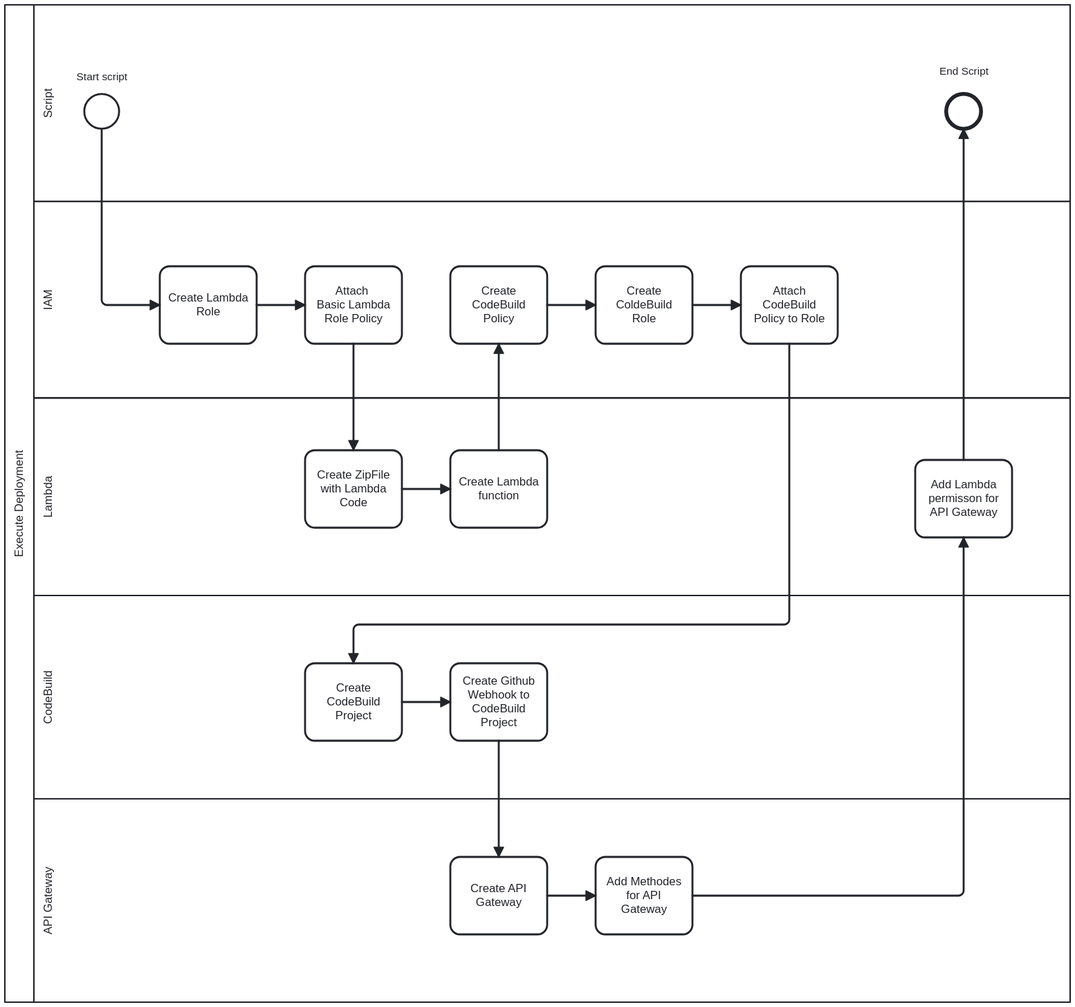
Earlier version of the BPMN export bpmn/Deployment.svg (blro-ep/ITCNE23-SEM-II). Its source is kept beside it as bpmn/Deployment.bpmn. Ids are renumbered.
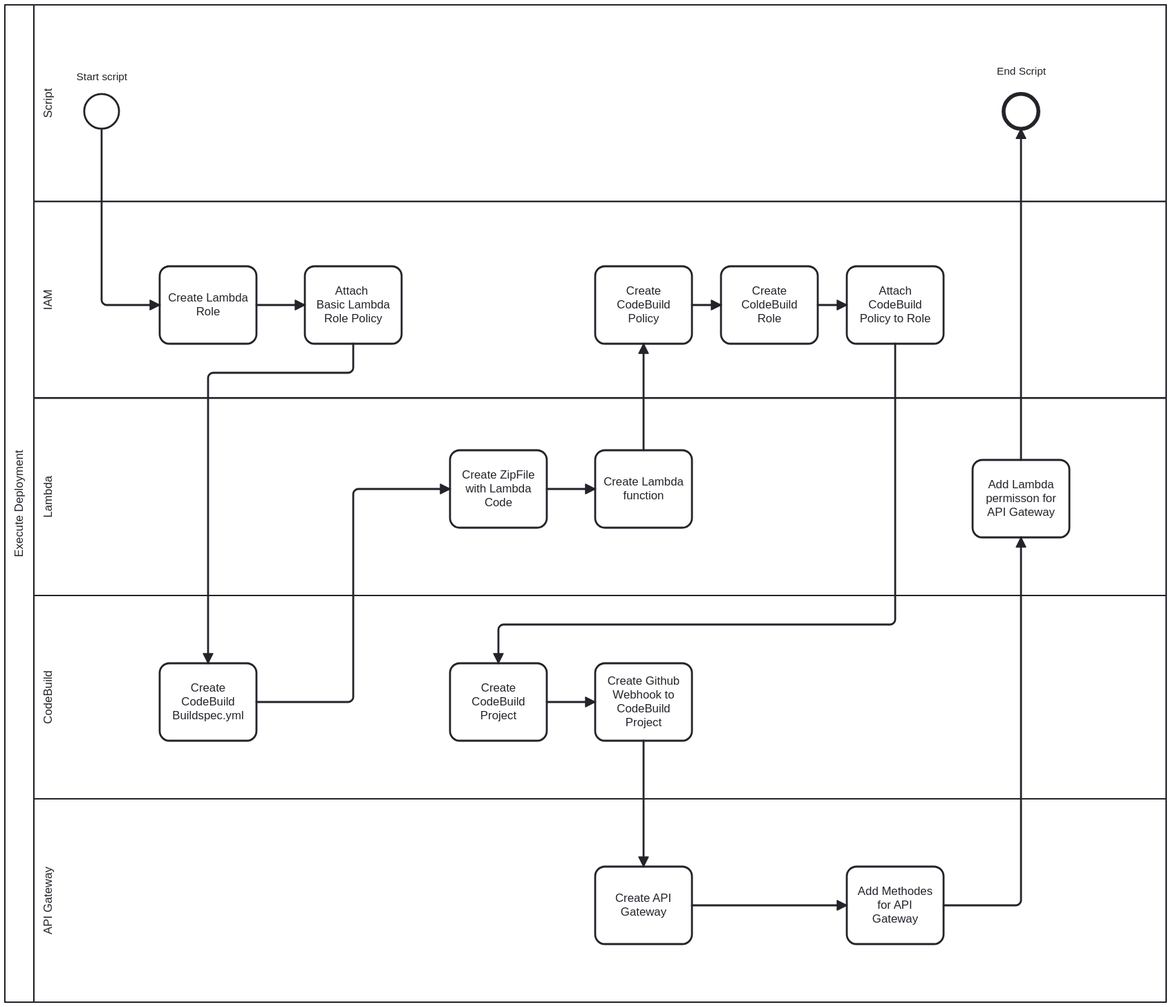
After the commit.

Commit message:
add buildsepec to bpmn

What changed in the source:
```diff
@@ -1,32 +1,33 @@
-<bpmn:definitions xmlns:xsi="http://www.w3.org/2001/XMLSchema-instance" xmlns:bpmn="http://www.omg.org/spec/BPMN/20100524/MODEL" xmlns:bpmndi="http://www.omg.org/spec/BPMN/20100524/DI" xmlns:dc="http://www.omg.org/spec/DD/20100524/DC" xmlns:di="http://www.omg.org/spec/DD/20100524/DI" id="Definitions_n1" targetNamespace="http://bpmn.io/schema/bpmn" exporter="bpmn-js (https://demo.bpmn.io)" exporterVersion="16.3.0">
+<bpmn:definitions xmlns:xsi="http://www.w3.org/2001/XMLSchema-instance" xmlns:bpmn="http://www.omg.org/spec/BPMN/20100524/MODEL" xmlns:bpmndi="http://www.omg.org/spec/BPMN/20100524/DI" xmlns:dc="http://www.omg.org/spec/DD/20100524/DC" xmlns:di="http://www.omg.org/spec/DD/20100524/DI" id="Definitions_n1" targetNamespace="http://bpmn.io/schema/bpmn" exporter="bpmn-js (https://demo.bpmn.io)" exporterVersion="16.4.0">
   <bpmn:collaboration id="Collaboration_n2">
     <bpmn:participant id="Participant_n3" name="Execute Deployment" processRef="Process_n4" />
   </bpmn:collaboration>
   <bpmn:process id="Process_n4" isExecutable="false">
     <bpmn:laneSet id="LaneSet_n5">
       <bpmn:lane id="Lane_n6" name="Script">
+        <bpmn:flowNodeRef>StartEvent_n8</bpmn:flowNodeRef>
         <bpmn:flowNodeRef>Event_n7</bpmn:flowNodeRef>
-        <bpmn:flowNodeRef>StartEvent_n8</bpmn:flowNodeRef>
       </bpmn:lane>
       <bpmn:lane id="Lane_n9" name="IAM">
         <bpmn:flowNodeRef>Activity_n10</bpmn:flowNodeRef>
         <bpmn:flowNodeRef>Activity_n11</bpmn:flowNodeRef>
+        <bpmn:flowNodeRef>Activity_n14</bpmn:flowNodeRef>
+        <bpmn:flowNodeRef>Activity_n13</bpmn:flowNodeRef>
         <bpmn:flowNodeRef>Activity_n12</bpmn:flowNodeRef>
-        <bpmn:flowNodeRef>Activity_n13</bpmn:flowNodeRef>
-        <bpmn:flowNodeRef>Activity_n14</bpmn:flowNodeRef>
       </bpmn:lane>
       <bpmn:lane id="Lane_n15" name="Lambda">
+        <bpmn:flowNodeRef>Activity_n17</bpmn:flowNodeRef>
         <bpmn:flowNodeRef>Activity_n16</bpmn:flowNodeRef>
-        <bpmn:flowNodeRef>Activity_n17</bpmn:flowNodeRef>
         <bpmn:flowNodeRef>Activity_n18</bpmn:flowNodeRef>
       </bpmn:lane>
       <bpmn:lane id="Lane_n19" name="CodeBuild">
+        <bpmn:flowNodeRef>Activity_n38</bpmn:flowNodeRef>
         <bpmn:flowNodeRef>Activity_n20</bpmn:flowNodeRef>
         <bpmn:flowNodeRef>Activity_n21</bpmn:flowNodeRef>
       </bpmn:lane>
       <bpmn:lane id="Lane_n22" name="API Gateway">
+        <bpmn:flowNodeRef>Activity_n24</bpmn:flowNodeRef>
         <bpmn:flowNodeRef>Activity_n23</bpmn:flowNodeRef>
-        <bpmn:flowNodeRef>Activity_n24</bpmn:flowNodeRef>
       </bpmn:lane>
     </bpmn:laneSet>
     <bpmn:task id="Activity_n10" name="Create Lambda Role">
@@ -35,57 +36,13 @@
     </bpmn:task>
     <bpmn:task id="Activity_n11" name="Attach  Basic Lambda Role Policy">
       <bpmn:incoming>Flow_n26</bpmn:incoming>
-      <bpmn:outgoing>Flow_n27</bpmn:outgoing>
+      <bpmn:outgoing>Flow_n39</bpmn:outgoing>
     </bpmn:task>
-    <bpmn:task id="Activity_n16" name="Create ZipFile with Lambda Code">
-      <bpmn:incoming>Flow_n27</bpmn:incoming>
-      <bpmn:outgoing>Flow_n28</bpmn:outgoing>
-    </bpmn:task>
-    <bpmn:task id="Activity_n17" name="Create Lambda function">
-      <bpmn:incoming>Flow_n28</bpmn:incoming>
-      <bpmn:outgoing>Flow_n29</bpmn:outgoing>
-    </bpmn:task>
-    <bpmn:task id="Activity_n12" name="Create CodeBuild Policy">
-      <bpmn:incoming>Flow_n29</bpmn:incoming>
-      <bpmn:outgoing>Flow_n30</bpmn:outgoing>
-    </bpmn:task>
-    <bpmn:task id="Activity_n13" name="Create ColdeBuild Role">
-      <bpmn:incoming>Flow_n30</bpmn:incoming>
-      <bpmn:outgoing>Flow_n31</bpmn:outgoing>
-    </bpmn:task>
-    <bpmn:task id="Activity_n14" name="Attach CodeBuild Policy to Role">
-      <bpmn:incoming>Flow_n31</bpmn:incoming>
-      <bpmn:outgoing>Flow_n32</bpmn:outgoing>
-    </bpmn:task>
-    <bpmn:task id="Activity_n20" name="Create Github Webhook to CodeBuild Project">
-      <bpmn:incoming>Flow_n33</bpmn:incoming>
-      <bpmn:outgoing>Flow_n34</bpmn:outgoing>
-    </bpmn:task>
-    <bpmn:task id="Activity_n21" name="Create CodeBuild Project">
-      <bpmn:incoming>Flow_n32</bpmn:incoming>
-      <bpmn:outgoing>Flow_n33</bpmn:outgoing>
-    </bpmn:task>
-    <bpmn:task id="Activity_n23" name="Create API Gateway">
-      <bpmn:incoming>Flow_n34</bpmn:incoming>
-      <bpmn:outgoing>Flow_n35</bpmn:outgoing>
-    </bpmn:task>
-    <bpmn:task id="Activity_n24" name="Add Methodes for API Gateway">
-      <bpmn:incoming>Flow_n35</bpmn:incoming>
-      <bpmn:outgoing>Flow_n36</bpmn:outgoing>
-    </bpmn:task>
-    <bpmn:task id="Activity_n18" name="Add Lambda permisson for API Gateway">
-      <bpmn:incoming>Flow_n36</bpmn:incoming>
-      <bpmn:outgoing>Flow_n37</bpmn:outgoing>
-    </bpmn:task>
-    <bpmn:endEvent id="Event_n7" name="End Script">
-      <bpmn:incoming>Flow_n37</bpmn:incoming>
-    </bpmn:endEvent>
     <bpmn:startEvent id="StartEvent_n8" name="Start script">
       <bpmn:outgoing>Flow_n25</bpmn:outgoing>
     </bpmn:startEvent>
     <bpmn:sequenceFlow id="Flow_n25" sourceRef="StartEvent_n8" targetRef="Activity_n10" />
     <bpmn:sequenceFlow id="Flow_n26" sourceRef="Activity_n10" targetRef="Activity_n11" />
-    <bpmn:sequenceFlow id="Flow_n27" sourceRef="Activity_n11" targetRef="Activity_n16" />
     <bpmn:sequenceFlow id="Flow_n28" sourceRef="Activity_n16" targetRef="Activity_n17" />
     <bpmn:sequenceFlow id="Flow_n29" sourceRef="Activity_n17" targetRef="Activity_n12" />
     <bpmn:sequenceFlow id="Flow_n30" sourceRef="Activity_n12" targetRef="Activity_n13" />
@@ -96,31 +53,80 @@
     <bpmn:sequenceFlow id="Flow_n35" sourceRef="Activity_n23" targetRef="Activity_n24" />
     <bpmn:sequenceFlow id="Flow_n36" sourceRef="Activity_n24" targetRef="Activity_n18" />
     <bpmn:sequenceFlow id="Flow_n37" sourceRef="Activity_n18" targetRef="Event_n7" />
+    <bpmn:sequenceFlow id="Flow_n39" sourceRef="Activity_n11" targetRef="Activity_n38" />
+    <bpmn:task id="Activity_n14" name="Attach CodeBuild Policy to Role">
+      <bpmn:incoming>Flow_n31</bpmn:incoming>
+      <bpmn:outgoing>Flow_n32</bpmn:outgoing>
+    </bpmn:task>
+    <bpmn:task id="Activity_n13" name="Create ColdeBuild Role">
+      <bpmn:incoming>Flow_n30</bpmn:incoming>
+      <bpmn:outgoing>Flow_n31</bpmn:outgoing>
+    </bpmn:task>
+    <bpmn:task id="Activity_n12" name="Create CodeBuild Policy">
+      <bpmn:incoming>Flow_n29</bpmn:incoming>
+      <bpmn:outgoing>Flow_n30</bpmn:outgoing>
+    </bpmn:task>
+    <bpmn:task id="Activity_n17" name="Create Lambda function">
+      <bpmn:incoming>Flow_n28</bpmn:incoming>
+      <bpmn:outgoing>Flow_n29</bpmn:outgoing>
+    </bpmn:task>
+    <bpmn:task id="Activity_n16" name="Create ZipFile with Lambda Code">
+      <bpmn:incoming>Flow_n40</bpmn:incoming>
+      <bpmn:outgoing>Flow_n28</bpmn:outgoing>
+    </bpmn:task>
+    <bpmn:sequenceFlow id="Flow_n40" sourceRef="Activity_n38" targetRef="Activity_n16" />
+    <bpmn:task id="Activity_n38" name="Create CodeBuild Buildspec.yml">
+      <bpmn:incoming>Flow_n39</bpmn:incoming>
+      <bpmn:outgoing>Flow_n40</bpmn:outgoing>
+    </bpmn:task>
+    <bpmn:task id="Activity_n20" name="Create Github Webhook to CodeBuild Project">
+      <bpmn:incoming>Flow_n33</bpmn:incoming>
+      <bpmn:outgoing>Flow_n34</bpmn:outgoing>
+    </bpmn:task>
+    <bpmn:task id="Activity_n21" name="Create CodeBuild Project">
+      <bpmn:incoming>Flow_n32</bpmn:incoming>
+      <bpmn:outgoing>Flow_n33</bpmn:outgoing>
+    </bpmn:task>
+    <bpmn:task id="Activity_n24" name="Add Methodes for API Gateway">
+      <bpmn:incoming>Flow_n35</bpmn:incoming>
+      <bpmn:outgoing>Flow_n36</bpmn:outgoing>
+    </bpmn:task>
+    <bpmn:task id="Activity_n23" name="Create API Gateway">
+      <bpmn:incoming>Flow_n34</bpmn:incoming>
+      <bpmn:outgoing>Flow_n35</bpmn:outgoing>
+    </bpmn:task>
+    <bpmn:task id="Activity_n18" name="Add Lambda permisson for API Gateway">
+      <bpmn:incoming>Flow_n36</bpmn:incoming>
+      <bpmn:outgoing>Flow_n37</bpmn:outgoing>
+    </bpmn:task>
+    <bpmn:endEvent id="Event_n7" name="End Script">
+      <bpmn:incoming>Flow_n37</bpmn:incoming>
+    </bpmn:endEvent>
   </bpmn:process>
   <bpmndi:BPMNDiagram id="BPMNDiagram_1">
     <bpmndi:BPMNPlane id="BPMNPlane_1" bpmnElement="Collaboration_n2">
       <bpmndi:BPMNShape id="Participant_n3_di" bpmnElement="Participant_n3" isHorizontal="true">
-        <dc:Bounds x="160" y="80" width="1100" height="1030" />
+        <dc:Bounds x="160" y="80" width="1200" height="1030" />
+        <bpmndi:BPMNLabel />
+      </bpmndi:BPMNShape>
+      <bpmndi:BPMNShape id="Lane_n22_di" bpmnElement="Lane_n22" isHorizontal="true">
+        <dc:Bounds x="190" y="900" width="1170" height="210" />
+        <bpmndi:BPMNLabel />
+      </bpmndi:BPMNShape>
+      <bpmndi:BPMNShape id="Lane_n19_di" bpmnElement="Lane_n19" isHorizontal="true">
+        <dc:Bounds x="190" y="690" width="1170" height="210" />
+        <bpmndi:BPMNLabel />
+      </bpmndi:BPMNShape>
+      <bpmndi:BPMNShape id="Lane_n15_di" bpmnElement="Lane_n15" isHorizontal="true">
+        <dc:Bounds x="190" y="486" width="1170" height="204" />
+        <bpmndi:BPMNLabel />
+      </bpmndi:BPMNShape>
+      <bpmndi:BPMNShape id="Lane_n9_di" bpmnElement="Lane_n9" isHorizontal="true">
+        <dc:Bounds x="190" y="283" width="1170" height="203" />
         <bpmndi:BPMNLabel />
       </bpmndi:BPMNShape>
       <bpmndi:BPMNShape id="Lane_n6_di" bpmnElement="Lane_n6" isHorizontal="true">
-        <dc:Bounds x="190" y="80" width="1070" height="203" />
-        <bpmndi:BPMNLabel />
-      </bpmndi:BPMNShape>
-      <bpmndi:BPMNShape id="Lane_n9_di" bpmnElement="Lane_n9" isHorizontal="true">
-        <dc:Bounds x="190" y="283" width="1070" height="203" />
-        <bpmndi:BPMNLabel />
-      </bpmndi:BPMNShape>
-      <bpmndi:BPMNShape id="Lane_n15_di" bpmnElement="Lane_n15" isHorizontal="true">
-        <dc:Bounds x="190" y="486" width="1070" height="204" />
-        <bpmndi:BPMNLabel />
-      </bpmndi:BPMNShape>
-      <bpmndi:BPMNShape id="Lane_n19_di" bpmnElement="Lane_n19" isHorizontal="true">
-        <dc:Bounds x="190" y="690" width="1070" height="210" />
-        <bpmndi:BPMNLabel />
-      </bpmndi:BPMNShape>
-      <bpmndi:BPMNShape id="Lane_n22_di" bpmnElement="Lane_n22" isHorizontal="true">
-        <dc:Bounds x="190" y="900" width="1070" height="210" />
+        <dc:Bounds x="190" y="80" width="1170" height="203" />
         <bpmndi:BPMNLabel />
       </bpmndi:BPMNShape>
       <bpmndi:BPMNShape id="Activity_n10_di" bpmnElement="Activity_n10">
@@ -131,56 +137,60 @@
         <dc:Bounds x="470" y="350" width="100" height="80" />
         <bpmndi:BPMNLabel />
       </bpmndi:BPMNShape>
-      <bpmndi:BPMNShape id="Activity_n16_di" bpmnElement="Activity_n16">
-        <dc:Bounds x="470" y="540" width="100" height="80" />
-        <bpmndi:BPMNLabel />
-      </bpmndi:BPMNShape>
-      <bpmndi:BPMNShape id="Activity_n17_di" bpmnElement="Activity_n17">
-        <dc:Bounds x="620" y="540" width="100" height="80" />
-        <bpmndi:BPMNLabel />
-      </bpmndi:BPMNShape>
-      <bpmndi:BPMNShape id="Activity_n12_di" bpmnElement="Activity_n12">
-        <dc:Bounds x="620" y="350" width="100" height="80" />
-        <bpmndi:BPMNLabel />
-      </bpmndi:BPMNShape>
-      <bpmndi:BPMNShape id="Activity_n13_di" bpmnElement="Activity_n13">
-        <dc:Bounds x="770" y="350" width="100" height="80" />
-        <bpmndi:BPMNLabel />
-      </bpmndi:BPMNShape>
-      <bpmndi:BPMNShape id="Activity_n14_di" bpmnElement="Activity_n14">
-        <dc:Bounds x="920" y="350" width="100" height="80" />
-        <bpmndi:BPMNLabel />
-      </bpmndi:BPMNShape>
-      <bpmndi:BPMNShape id="Activity_n20_di" bpmnElement="Activity_n20">
-        <dc:Bounds x="620" y="760" width="100" height="80" />
-        <bpmndi:BPMNLabel />
-      </bpmndi:BPMNShape>
-      <bpmndi:BPMNShape id="Activity_n21_di" bpmnElement="Activity_n21">
-        <dc:Bounds x="470" y="760" width="100" height="80" />
-        <bpmndi:BPMNLabel />
-      </bpmndi:BPMNShape>
-      <bpmndi:BPMNShape id="Activity_n23_di" bpmnElement="Activity_n23">
-        <dc:Bounds x="620" y="960" width="100" height="80" />
-        <bpmndi:BPMNLabel />
-      </bpmndi:BPMNShape>
-      <bpmndi:BPMNShape id="Activity_n24_di" bpmnElement="Activity_n24">
-        <dc:Bounds x="770" y="960" width="100" height="80" />
-        <bpmndi:BPMNLabel />
-      </bpmndi:BPMNShape>
-      <bpmndi:BPMNShape id="Activity_n18_di" bpmnElement="Activity_n18">
-        <dc:Bounds x="1100" y="550" width="100" height="80" />
-        <bpmndi:BPMNLabel />
-      </bpmndi:BPMNShape>
-      <bpmndi:BPMNShape id="Event_n7_di" bpmnElement="Event_n7">
-        <dc:Bounds x="1132" y="172" width="36" height="36" />
-        <bpmndi:BPMNLabel>
-          <dc:Bounds x="1125" y="142" width="51" height="14" />
-        </bpmndi:BPMNLabel>
-      </bpmndi:BPMNShape>
       <bpmndi:BPMNShape id="_BPMNShape_StartEvent_2" bpmnElement="StartEvent_n8">
         <dc:Bounds x="242" y="172" width="36" height="36" />
         <bpmndi:BPMNLabel>
           <dc:Bounds x="234" y="148" width="53" height="14" />
+        </bpmndi:BPMNLabel>
+      </bpmndi:BPMNShape>
+      <bpmndi:BPMNShape id="Activity_n14_di" bpmnElement="Activity_n14">
+        <dc:Bounds x="1030" y="350" width="100" height="80" />
+        <bpmndi:BPMNLabel />
+      </bpmndi:BPMNShape>
+      <bpmndi:BPMNShape id="Activity_n13_di" bpmnElement="Activity_n13">
+        <dc:Bounds x="900" y="350" width="100" height="80" />
+        <bpmndi:BPMNLabel />
+      </bpmndi:BPMNShape>
+      <bpmndi:BPMNShape id="Activity_n12_di" bpmnElement="Activity_n12">
+        <dc:Bounds x="770" y="350" width="100" height="80" />
+        <bpmndi:BPMNLabel />
+      </bpmndi:BPMNShape>
+      <bpmndi:BPMNShape id="Activity_n17_di" bpmnElement="Activity_n17">
+        <dc:Bounds x="770" y="540" width="100" height="80" />
+        <bpmndi:BPMNLabel />
+      </bpmndi:BPMNShape>
+      <bpmndi:BPMNShape id="Activity_n16_di" bpmnElement="Activity_n16">
+        <dc:Bounds x="620" y="540" width="100" height="80" />
+        <bpmndi:BPMNLabel />
+      </bpmndi:BPMNShape>
+      <bpmndi:BPMNShape id="Activity_n38_di" bpmnElement="Activity_n38">
+        <dc:Bounds x="320" y="760" width="100" height="80" />
+        <bpmndi:BPMNLabel />
+      </bpmndi:BPMNShape>
+      <bpmndi:BPMNShape id="Activity_n20_di" bpmnElement="Activity_n20">
+        <dc:Bounds x="770" y="760" width="100" height="80" />
+        <bpmndi:BPMNLabel />
+      </bpmndi:BPMNShape>
+      <bpmndi:BPMNShape id="Activity_n21_di" bpmnElement="Activity_n21">
+        <dc:Bounds x="620" y="760" width="100" height="80" />
+        <bpmndi:BPMNLabel />
+      </bpmndi:BPMNShape>
+      <bpmndi:BPMNShape id="Activity_n24_di" bpmnElement="Activity_n24">
+        <dc:Bounds x="1030" y="970" width="100" height="80" />
+        <bpmndi:BPMNLabel />
+      </bpmndi:BPMNShape>
+      <bpmndi:BPMNShape id="Activity_n23_di" bpmnElement="Activity_n23">
+        <dc:Bounds x="770" y="970" width="100" height="80" />
+        <bpmndi:BPMNLabel />
+      </bpmndi:BPMNShape>
+      <bpmndi:BPMNShape id="Activity_n18_di" bpmnElement="Activity_n18">
+        <dc:Bounds x="1160" y="550" width="100" height="80" />
+        <bpmndi:BPMNLabel />
+      </bpmndi:BPMNShape>
+      <bpmndi:BPMNShape id="Event_n7_di" bpmnElement="Event_n7">
+        <dc:Bounds x="1192" y="172" width="36" height="36" />
+        <bpmndi:BPMNLabel>
+          <dc:Bounds x="1185" y="142" width="51" height="14" />
         </bpmndi:BPMNLabel>
       </bpmndi:BPMNShape>
       <bpmndi:BPMNEdge id="Flow_n25_di" bpmnElement="Flow_n25">
@@ -192,52 +202,60 @@
         <di:waypoint x="420" y="390" />
         <di:waypoint x="470" y="390" />
       </bpmndi:BPMNEdge>
-      <bpmndi:BPMNEdge id="Flow_n27_di" bpmnElement="Flow_n27">
-        <di:waypoint x="520" y="430" />
-        <di:waypoint x="520" y="540" />
-      </bpmndi:BPMNEdge>
       <bpmndi:BPMNEdge id="Flow_n28_di" bpmnElement="Flow_n28">
-        <di:waypoint x="570" y="580" />
-        <di:waypoint x="620" y="580" />
+        <di:waypoint x="720" y="580" />
+        <di:waypoint x="770" y="580" />
       </bpmndi:BPMNEdge>
       <bpmndi:BPMNEdge id="Flow_n29_di" bpmnElement="Flow_n29">
-        <di:waypoint x="670" y="540" />
-        <di:waypoint x="670" y="430" />
+        <di:waypoint x="820" y="540" />
+        <di:waypoint x="820" y="430" />
       </bpmndi:BPMNEdge>
       <bpmndi:BPMNEdge id="Flow_n30_di" bpmnElement="Flow_n30">
-        <di:waypoint x="720" y="390" />
-        <di:waypoint x="770" y="390" />
+        <di:waypoint x="870" y="390" />
+        <di:waypoint x="900" y="390" />
       </bpmndi:BPMNEdge>
       <bpmndi:BPMNEdge id="Flow_n31_di" bpmnElement="Flow_n31">
-        <di:waypoint x="870" y="390" />
-        <di:waypoint x="920" y="390" />
+        <di:waypoint x="1000" y="390" />
+        <di:waypoint x="1030" y="390" />
       </bpmndi:BPMNEdge>
       <bpmndi:BPMNEdge id="Flow_n32_di" bpmnElement="Flow_n32">
-        <di:waypoint x="970" y="430" />
-        <di:waypoint x="970" y="720" />
-        <di:waypoint x="520" y="720" />
-        <di:waypoint x="520" y="760" />
+        <di:waypoint x="1080" y="430" />
+        <di:waypoint x="1080" y="720" />
+        <di:waypoint x="670" y="720" />
+        <di:waypoint x="670" y="760" />
       </bpmndi:BPMNEdge>
       <bpmndi:BPMNEdge id="Flow_n33_di" bpmnElement="Flow_n33">
-        <di:waypoint x="570" y="800" />
-        <di:waypoint x="620" y="800" />
+        <di:waypoint x="720" y="800" />
+        <di:waypoint x="770" y="800" />
       </bpmndi:BPMNEdge>
       <bpmndi:BPMNEdge id="Flow_n34_di" bpmnElement="Flow_n34">
-        <di:waypoint x="670" y="840" />
-        <di:waypoint x="670" y="960" />
+        <di:waypoint x="820" y="840" />
+        <di:waypoint x="820" y="970" />
       </bpmndi:BPMNEdge>
       <bpmndi:BPMNEdge id="Flow_n35_di" bpmnElement="Flow_n35">
-        <di:waypoint x="720" y="1000" />
-        <di:waypoint x="770" y="1000" />
+        <di:waypoint x="870" y="1010" />
+        <di:waypoint x="1030" y="1010" />
       </bpmndi:BPMNEdge>
       <bpmndi:BPMNEdge id="Flow_n36_di" bpmnElement="Flow_n36">
-        <di:waypoint x="870" y="1000" />
-        <di:waypoint x="1150" y="1000" />
-        <di:waypoint x="1150" y="630" />
+        <di:waypoint x="1130" y="1010" />
+        <di:waypoint x="1210" y="1010" />
+        <di:waypoint x="1210" y="630" />
       </bpmndi:BPMNEdge>
       <bpmndi:BPMNEdge id="Flow_n37_di" bpmnElement="Flow_n37">
-        <di:waypoint x="1150" y="550" />
-        <di:waypoint x="1150" y="208" />
+        <di:waypoint x="1210" y="550" />
+        <di:waypoint x="1210" y="208" />
+      </bpmndi:BPMNEdge>
+      <bpmndi:BPMNEdge id="Flow_n39_di" bpmnElement="Flow_n39">
+        <di:waypoint x="520" y="430" />
+        <di:waypoint x="520" y="460" />
+        <di:waypoint x="370" y="460" />
+        <di:waypoint x="370" y="760" />
+      </bpmndi:BPMNEdge>
+      <bpmndi:BPMNEdge id="Flow_n40_di" bpmnElement="Flow_n40">
+        <di:waypoint x="420" y="800" />
+        <di:waypoint x="520" y="800" />
+        <di:waypoint x="520" y="580" />
+        <di:waypoint x="620" y="580" />
       </bpmndi:BPMNEdge>
     </bpmndi:BPMNPlane>
   </bpmndi:BPMNDiagram>
```
